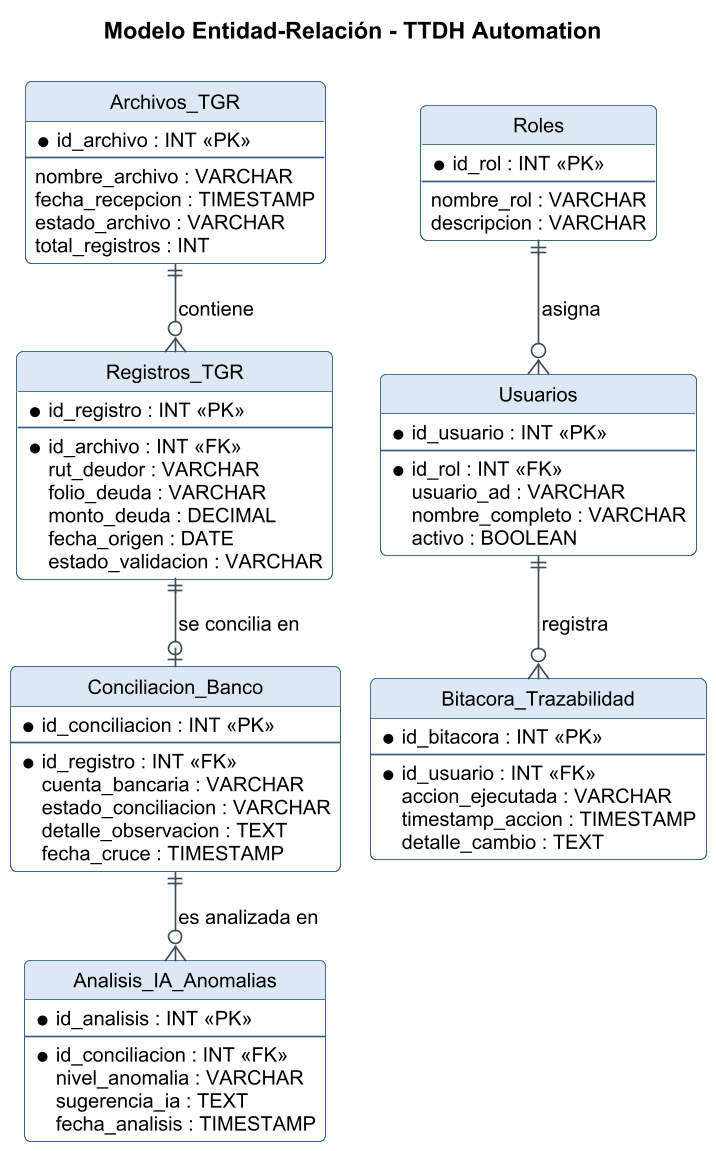
This is Fase 2/Evidencias Proyecto/Evidencias de Documentación/Análisis y Diseño/Diagramas/02_modelo_er.png from JS-Ranker/CAPSTONE, a PlantUML export, as it was before one commit. The source it was exported from:
```plantuml
@startuml
!include _style.iuml
hide circle
hide methods
title Modelo Entidad-Relación - TTDH Automation

entity "Archivos_TGR" as ARC {
  * id_archivo : INT <<PK>>
  --
  nombre_archivo : VARCHAR
  fecha_recepcion : TIMESTAMP
  estado_archivo : VARCHAR
  total_registros : INT
}

entity "Registros_TGR" as REG {
  * id_registro : INT <<PK>>
  --
  * id_archivo : INT <<FK>>
  rut_deudor : VARCHAR
  folio_deuda : VARCHAR
  monto_deuda : DECIMAL
  fecha_origen : DATE
  estado_validacion : VARCHAR
}

entity "Conciliacion_Banco" as CON {
  * id_conciliacion : INT <<PK>>
  --
  * id_registro : INT <<FK>>
  cuenta_bancaria : VARCHAR
  estado_conciliacion : VARCHAR
  detalle_observacion : TEXT
  fecha_cruce : TIMESTAMP
}

entity "Analisis_IA_Anomalias" as IA {
  * id_analisis : INT <<PK>>
  --
  * id_conciliacion : INT <<FK>>
  nivel_anomalia : VARCHAR
  sugerencia_ia : TEXT
  fecha_analisis : TIMESTAMP
}

entity "Roles" as ROL {
  * id_rol : INT <<PK>>
  --
  nombre_rol : VARCHAR
  descripcion : VARCHAR
}

entity "Usuarios" as USR {
  * id_usuario : INT <<PK>>
  --
  * id_rol : INT <<FK>>
  usuario_ad : VARCHAR
  nombre_completo : VARCHAR
  activo : BOOLEAN
}

entity "Bitacora_Trazabilidad" as BIT {
  * id_bitacora : INT <<PK>>
  --
  * id_usuario : INT <<FK>>
  accion_ejecutada : VARCHAR
  timestamp_accion : TIMESTAMP
  detalle_cambio : TEXT
}

ARC ||--o{ REG : "contiene"
REG ||--o| CON : "se concilia en"
CON ||--o{ IA : "es analizada en"
ROL ||--o{ USR : "asigna"
USR ||--o{ BIT : "registra"
@enduml
```
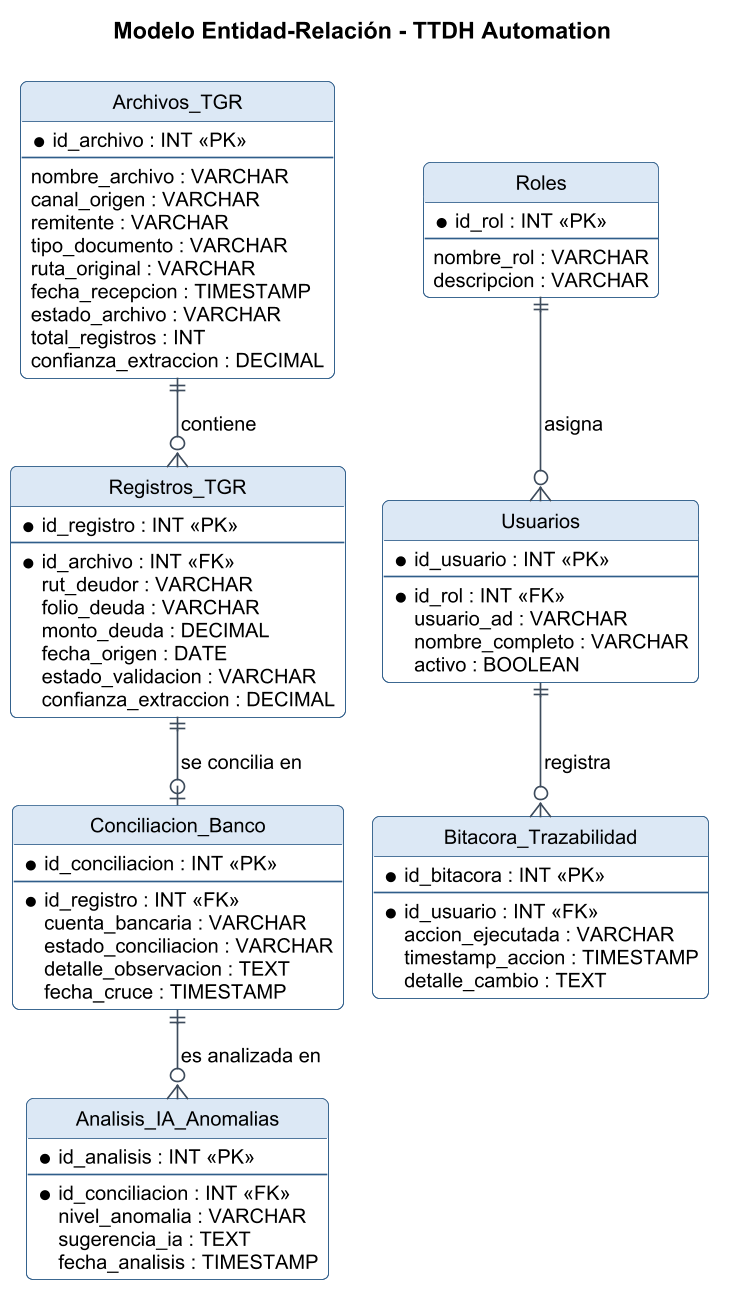
After the commit.

The edit, as a diff of the source:
```diff
@@ -8,9 +8,14 @@
   * id_archivo : INT <<PK>>
   --
   nombre_archivo : VARCHAR
+  canal_origen : VARCHAR
+  remitente : VARCHAR
+  tipo_documento : VARCHAR
+  ruta_original : VARCHAR
   fecha_recepcion : TIMESTAMP
   estado_archivo : VARCHAR
   total_registros : INT
+  confianza_extraccion : DECIMAL
 }
 
 entity "Registros_TGR" as REG {
@@ -22,6 +27,7 @@
   monto_deuda : DECIMAL
   fecha_origen : DATE
   estado_validacion : VARCHAR
+  confianza_extraccion : DECIMAL
 }
 
 entity "Conciliacion_Banco" as CON {
```
